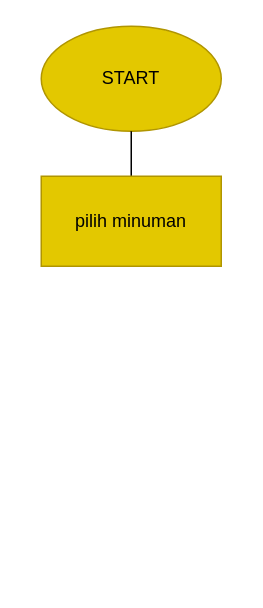
The draw.io diagram flowchart.drawio in Bimasadewa26/Bima_Sadewa-Order_Minuman_Online, before the edit. Source tidied: cells renumbered, new cells numbered last; positions are measured from the earlier drawing's top-left corner, leaving out a move shared by most shapes. Both pictures are drawn from the tidied source at 150%, with x=0, y=0 at pixel (40, 26).
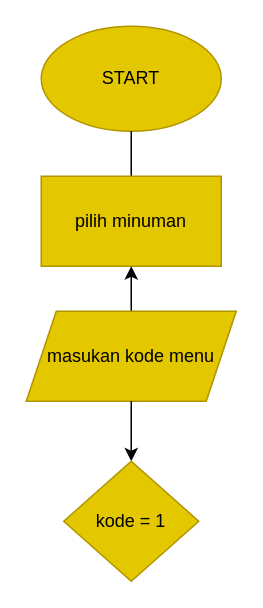
The same diagram, later.

Commit message:
inisialisasi pengkondisian

What changed in the source:
```diff
@@
 <mxGraphModel>
   <root>
     <mxCell id="0" />
     <mxCell id="1" parent="0" />
     <mxCell id="2" value="START" style="ellipse;whiteSpace=wrap;html=1;fillColor=#e3c800;strokeColor=#B09500;fontColor=#000000;" parent="1" vertex="1">
       <mxGeometry width="120" height="70" as="geometry" />
     </mxCell>
     <mxCell id="3" style="endArrow=classic;html=1;exitX=0.5;exitY=1;exitDx=0;exitDy=0;" parent="1" edge="1">
       <mxGeometry relative="1" as="geometry">
         <mxPoint x="60" y="70" as="sourcePoint" />
         <mxPoint x="60" y="120" as="targetPoint" />
       </mxGeometry>
     </mxCell>
     <mxCell id="4" value="pilih minuman" style="rounded=0;whiteSpace=wrap;html=1;fillColor=#e3c800;fontColor=#000000;strokeColor=#B09500;" parent="1" vertex="1">
       <mxGeometry y="100" width="120" height="60" as="geometry" />
     </mxCell>
+    <mxCell id="5" style="edgeStyle=none;html=1;" parent="1" edge="1">
+      <mxGeometry relative="1" as="geometry">
+        <mxPoint x="60" y="190" as="sourcePoint" />
+        <mxPoint x="60" y="160" as="targetPoint" />
+      </mxGeometry>
+    </mxCell>
+    <mxCell id="6" value="&lt;div&gt;&lt;span&gt;masukan kode menu&lt;/span&gt;&lt;/div&gt;" style="shape=parallelogram;perimeter=parallelogramPerimeter;whiteSpace=wrap;html=1;fixedSize=1;fillColor=#e3c800;fontColor=#000000;strokeColor=#B09500;align=center;" parent="1" vertex="1">
+      <mxGeometry x="-10" y="190" width="140" height="60" as="geometry" />
+    </mxCell>
+    <mxCell id="7" style="endArrow=classic;html=1;exitX=0.5;exitY=1;exitDx=0;exitDy=0;entryX=0.5;entryY=0;entryDx=0;entryDy=0;" parent="1" edge="1">
+      <mxGeometry relative="1" as="geometry">
+        <mxPoint x="60" y="250" as="sourcePoint" />
+        <mxPoint x="60" y="290" as="targetPoint" />
+      </mxGeometry>
+    </mxCell>
+    <mxCell id="8" value="kode = 1" style="rhombus;whiteSpace=wrap;html=1;fillColor=#e3c800;fontColor=#000000;strokeColor=#B09500;" parent="1" vertex="1">
+      <mxGeometry x="15" y="290" width="90" height="80" as="geometry" />
+    </mxCell>
   </root>
 </mxGraphModel>
```
